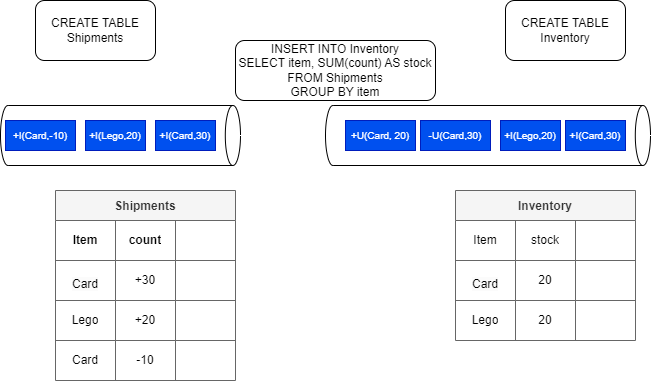
Above: docs/coding/diagrams/sql-table-stream.drawio.png in jbcodeforce/flink-studies (draw.io), before the change. Source tidied: cells renumbered, new cells last; positions are measured from the earlier drawing's top-left corner, leaving out a move shared by most shapes.
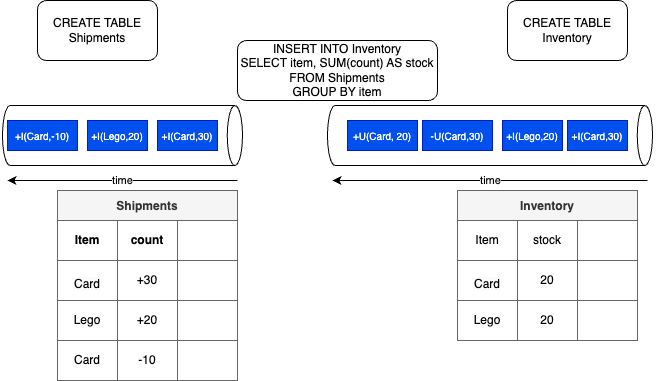
Later version of the same file.

Diff of the diagram source:
```diff
@@ -134,5 +134,17 @@
     <mxCell id="45" value="+U(Card, 20)" style="rounded=0;whiteSpace=wrap;html=1;fillColor=#0050ef;fontColor=#ffffff;strokeColor=#001DBC;fontSize=10;" parent="1" vertex="1">
       <mxGeometry x="340" y="148" width="70" height="30" as="geometry" />
     </mxCell>
+    <mxCell id="46" value="time" style="endArrow=none;html=1;startArrow=classic;startFill=1;endFill=0;" parent="1" edge="1">
+      <mxGeometry relative="1" as="geometry">
+        <mxPoint y="208" as="sourcePoint" />
+        <mxPoint x="230" y="208" as="targetPoint" />
+      </mxGeometry>
+    </mxCell>
+    <mxCell id="47" value="time" style="endArrow=none;html=1;startArrow=classic;startFill=1;endFill=0;" parent="1" edge="1">
+      <mxGeometry relative="1" as="geometry">
+        <mxPoint x="325" y="208" as="sourcePoint" />
+        <mxPoint x="640" y="208" as="targetPoint" />
+      </mxGeometry>
+    </mxCell>
   </root>
 </mxGraphModel>
```
